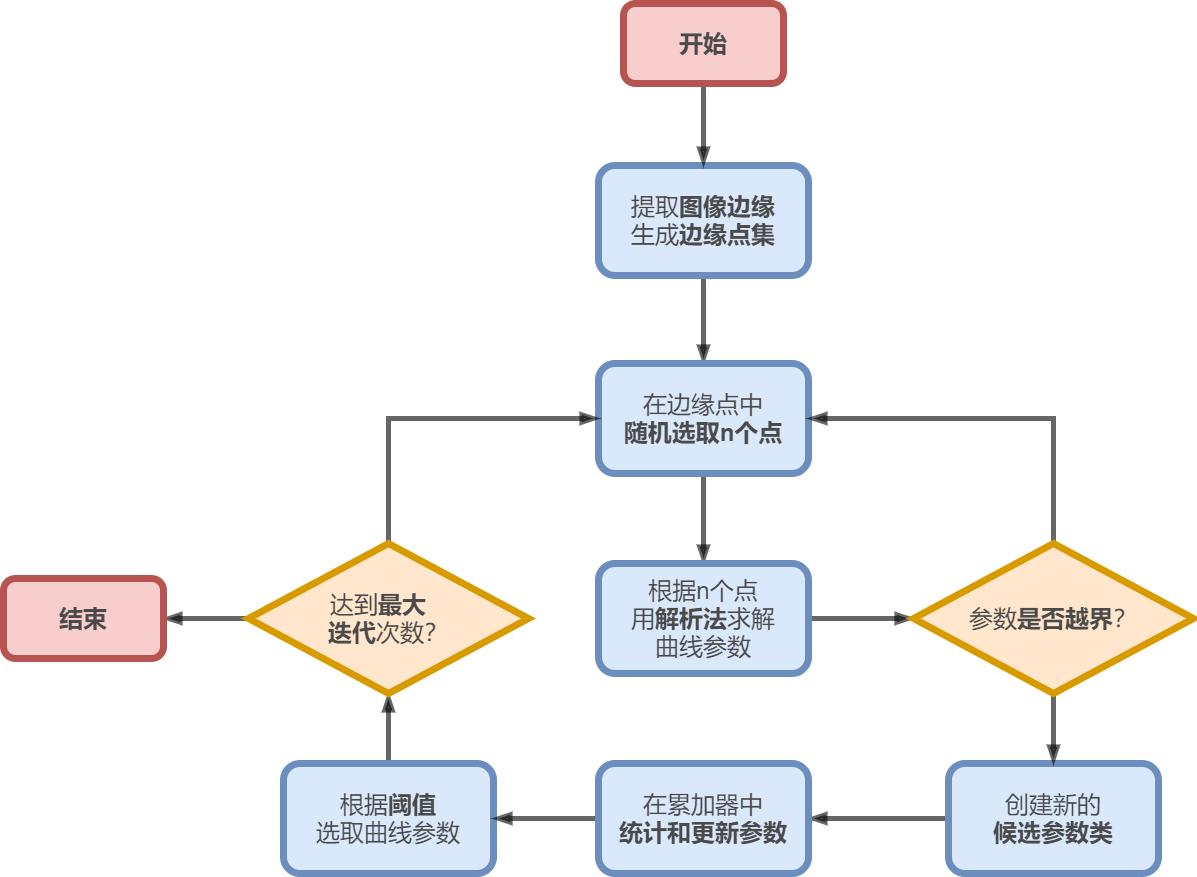
AAAAAAAyq/Personal-Studying keeps this draw.io diagram as rhf.drawio.png. Above is the earlier version. Source tidied: cells renumbered, new cells last; positions are measured from the earlier drawing's top-left corner, leaving out a move shared by most shapes.
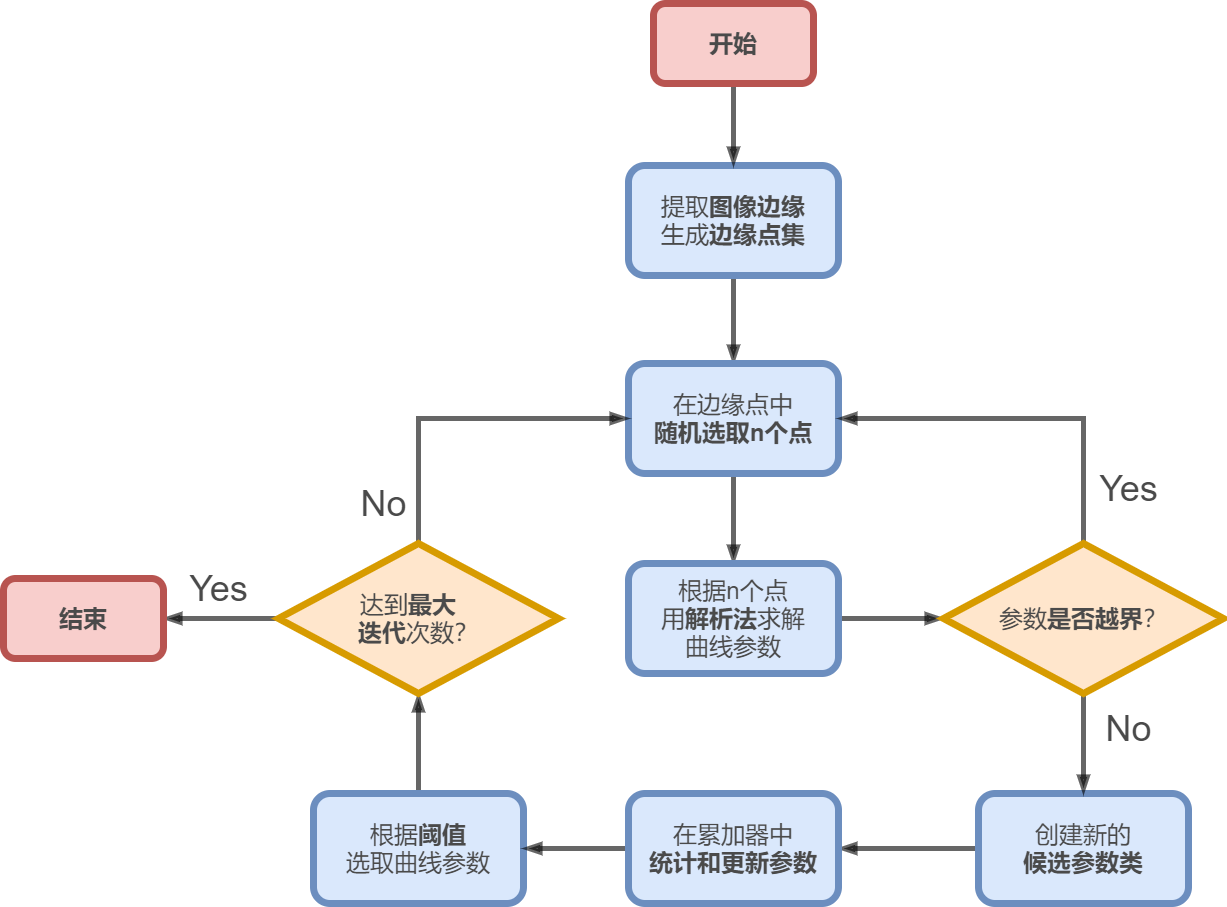
After the change.

The edit, as a diff of the source:
```diff
@@ -12,7 +12,7 @@
       <mxGeometry relative="1" as="geometry" />
     </mxCell>
     <mxCell id="5" value="&lt;font style=&quot;font-size: 24px&quot;&gt;根据&lt;b&gt;阈值&lt;/b&gt;&lt;br&gt;选取曲线参数&lt;/font&gt;" style="rounded=1;whiteSpace=wrap;html=1;fillColor=#dae8fc;strokeColor=#6c8ebf;strokeWidth=7;fontColor=#4A4A4A;fontStyle=0;" parent="1" vertex="1">
-      <mxGeometry x="280" y="760" width="210" height="110" as="geometry" />
+      <mxGeometry x="280" y="790" width="210" height="110" as="geometry" />
     </mxCell>
     <mxCell id="6" style="edgeStyle=orthogonalEdgeStyle;rounded=0;jettySize=auto;html=1;fontSize=36;fontColor=#4A4A4A;endArrow=blockThin;endFill=1;strokeWidth=5;opacity=60;" parent="1" edge="1" source="7" target="12">
       <mxGeometry relative="1" as="geometry" />
@@ -39,7 +39,7 @@
       <mxGeometry relative="1" as="geometry" />
     </mxCell>
     <mxCell id="14" value="&lt;span style=&quot;font-size: 24px&quot;&gt;创建新的&lt;br&gt;&lt;b&gt;候选参数类&lt;/b&gt;&lt;/span&gt;" style="rounded=1;whiteSpace=wrap;html=1;fillColor=#dae8fc;strokeColor=#6c8ebf;strokeWidth=7;fontColor=#4A4A4A;fontStyle=0;" parent="1" vertex="1">
-      <mxGeometry x="945" y="760" width="210" height="110" as="geometry" />
+      <mxGeometry x="945" y="790" width="210" height="110" as="geometry" />
     </mxCell>
     <mxCell id="15" style="edgeStyle=orthogonalEdgeStyle;rounded=0;jettySize=auto;html=1;entryX=1;entryY=0.5;entryDx=0;entryDy=0;fontSize=36;fontColor=#4A4A4A;endArrow=blockThin;endFill=1;strokeWidth=5;opacity=60;" parent="1" edge="1" source="17" target="7">
       <mxGeometry relative="1" as="geometry">
@@ -58,7 +58,7 @@
       <mxGeometry relative="1" as="geometry" />
     </mxCell>
     <mxCell id="19" value="&lt;span style=&quot;font-size: 24px&quot;&gt;在累加器中&lt;br&gt;&lt;b&gt;统计和更新参数&lt;/b&gt;&lt;/span&gt;" style="rounded=1;whiteSpace=wrap;html=1;fillColor=#dae8fc;strokeColor=#6c8ebf;strokeWidth=7;fontColor=#4A4A4A;fontStyle=0;" parent="1" vertex="1">
-      <mxGeometry x="595" y="760" width="210" height="110" as="geometry" />
+      <mxGeometry x="595" y="790" width="210" height="110" as="geometry" />
     </mxCell>
     <mxCell id="20" style="edgeStyle=orthogonalEdgeStyle;rounded=0;jettySize=auto;html=1;fontSize=36;fontColor=#4A4A4A;endArrow=blockThin;endFill=1;strokeWidth=5;opacity=60;" parent="1" edge="1" source="21" target="3">
       <mxGeometry relative="1" as="geometry" />
@@ -67,7 +67,19 @@
       <mxGeometry x="620" width="160" height="80" as="geometry" />
     </mxCell>
     <mxCell id="22" value="&lt;font style=&quot;font-size: 24px&quot;&gt;结束&lt;br style=&quot;font-size: 24px&quot;&gt;&lt;/font&gt;" style="rounded=1;whiteSpace=wrap;html=1;fillColor=#f8cecc;strokeColor=#b85450;strokeWidth=7;fontStyle=1;fontColor=#4A4A4A;fontSize=24;" parent="1" vertex="1">
-      <mxGeometry y="575" width="160" height="80" as="geometry" />
+      <mxGeometry x="-30" y="575" width="160" height="80" as="geometry" />
     </mxCell>
+    <mxCell id="23" value="Yes" style="text;html=1;align=center;verticalAlign=middle;strokeColor=none;fillColor=none;fontSize=36;fontColor=#4A4A4A;" parent="1" vertex="1">
+      <mxGeometry x="150" y="560" width="70" height="50" as="geometry" />
+    </mxCell>
+    <mxCell id="24" value="Yes" style="text;html=1;align=center;verticalAlign=middle;strokeColor=none;fillColor=none;fontSize=36;fontColor=#4A4A4A;" parent="1" vertex="1">
+      <mxGeometry x="1060" y="460" width="70" height="50" as="geometry" />
+    </mxCell>
+    <mxCell id="25" value="No&lt;span style=&quot;color: rgba(0 , 0 , 0 , 0) ; font-family: monospace ; font-size: 0px&quot;&gt;%3CmxGraphModel%3E%3Croot%3E%3CmxCell%20id%3D%220%22%2F%3E%3CmxCell%20id%3D%221%22%20parent%3D%220%22%2F%3E%3CmxCell%20id%3D%222%22%20value%3D%22Yes%22%20style%3D%22text%3Bhtml%3D1%3Balign%3Dcenter%3BverticalAlign%3Dmiddle%3Bresizable%3D0%3Bpoints%3D%5B%5D%3Bautosize%3D1%3BstrokeColor%3Dnone%3BfillColor%3Dnone%3BfontSize%3D36%3BfontColor%3D%234A4A4A%3B%22%20vertex%3D%221%22%20parent%3D%221%22%3E%3CmxGeometry%20x%3D%22550%22%20y%3D%22500%22%20width%3D%2270%22%20height%3D%2250%22%20as%3D%22geometry%22%2F%3E%3C%2FmxCell%3E%3C%2Froot%3E%3C%2FmxGraphModel%3E&lt;/span&gt;" style="text;html=1;align=center;verticalAlign=middle;strokeColor=none;fillColor=none;fontSize=36;fontColor=#4A4A4A;" parent="1" vertex="1">
+      <mxGeometry x="1065" y="695" width="60" height="60" as="geometry" />
+    </mxCell>
+    <mxCell id="26" value="No&lt;span style=&quot;color: rgba(0 , 0 , 0 , 0) ; font-family: monospace ; font-size: 0px&quot;&gt;%3CmxGraphModel%3E%3Croot%3E%3CmxCell%20id%3D%220%22%2F%3E%3CmxCell%20id%3D%221%22%20parent%3D%220%22%2F%3E%3CmxCell%20id%3D%222%22%20value%3D%22Yes%22%20style%3D%22text%3Bhtml%3D1%3Balign%3Dcenter%3BverticalAlign%3Dmiddle%3Bresizable%3D0%3Bpoints%3D%5B%5D%3Bautosize%3D1%3BstrokeColor%3Dnone%3BfillColor%3Dnone%3BfontSize%3D36%3BfontColor%3D%234A4A4A%3B%22%20vertex%3D%221%22%20parent%3D%221%22%3E%3CmxGeometry%20x%3D%22550%22%20y%3D%22500%22%20width%3D%2270%22%20height%3D%2250%22%20as%3D%22geometry%22%2F%3E%3C%2FmxCell%3E%3C%2Froot%3E%3C%2FmxGraphModel%3E&lt;/span&gt;" style="text;html=1;align=center;verticalAlign=middle;strokeColor=none;fillColor=none;fontSize=36;fontColor=#4A4A4A;" parent="1" vertex="1">
+      <mxGeometry x="320" y="470" width="60" height="60" as="geometry" />
+    </mxCell>
   </root>
 </mxGraphModel>
```
